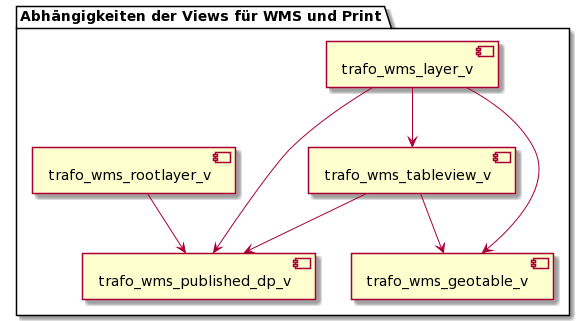
Before: api_webgisclient/sql2json/doc/view_dependencies.png, a diagram exported from PlantUML (sogis/pipelines).
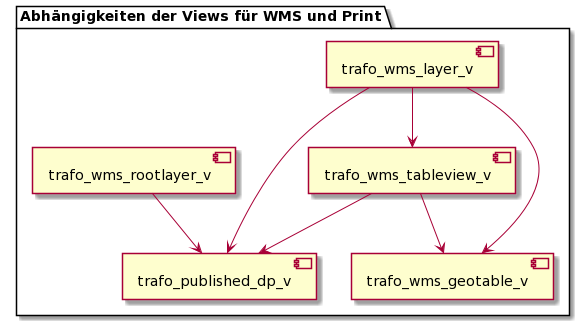
After the change.

What changed in the source:
```diff
@@ -3,17 +3,17 @@
 
     [trafo_wms_layer_v]
     [trafo_wms_geotable_v]
-    [trafo_wms_published_dp_v]
+    [trafo_published_dp_v]
     [trafo_wms_rootlayer_v]
     [trafo_wms_tableview_v]
 
-    trafo_wms_rootlayer_v --> trafo_wms_published_dp_v
-    trafo_wms_tableview_v --> trafo_wms_published_dp_v
+    trafo_wms_rootlayer_v --> trafo_published_dp_v
+    trafo_wms_tableview_v --> trafo_published_dp_v
 
     trafo_wms_tableview_v --> trafo_wms_geotable_v
 
     trafo_wms_layer_v --> trafo_wms_geotable_v
-    trafo_wms_layer_v --> trafo_wms_published_dp_v
+    trafo_wms_layer_v --> trafo_published_dp_v
     trafo_wms_layer_v --> trafo_wms_tableview_v
 }
 @enduml
```
